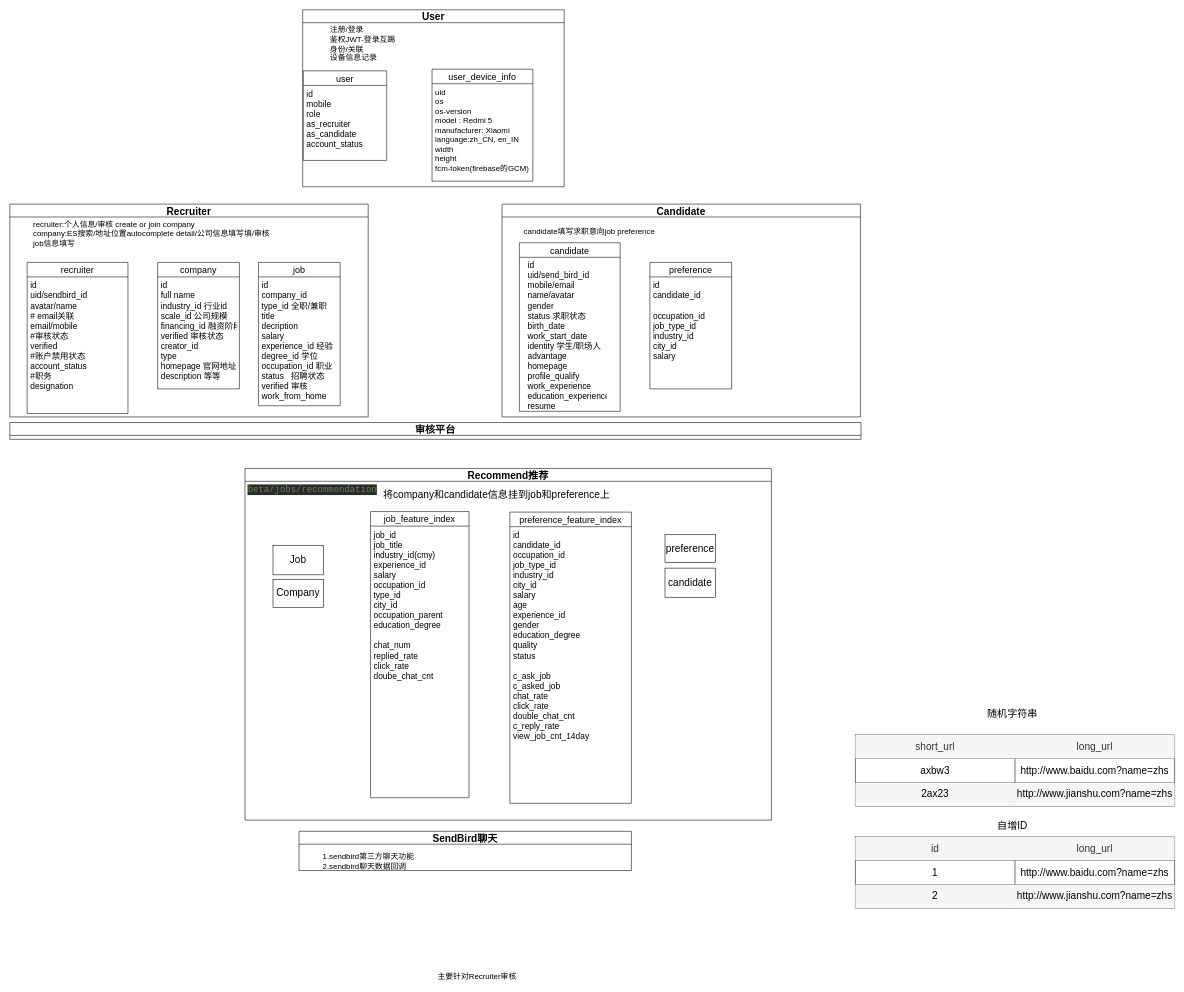
The draw.io diagram hirect业务架构.drawio in ZhaoDaMing/note, before the edit. Source tidied: cells renumbered, new cells numbered last; positions are measured from the earlier drawing's top-left corner, leaving out a move shared by most shapes. Both pictures are drawn from the tidied source at 56%, with x=0, y=0 at pixel (10, 10).
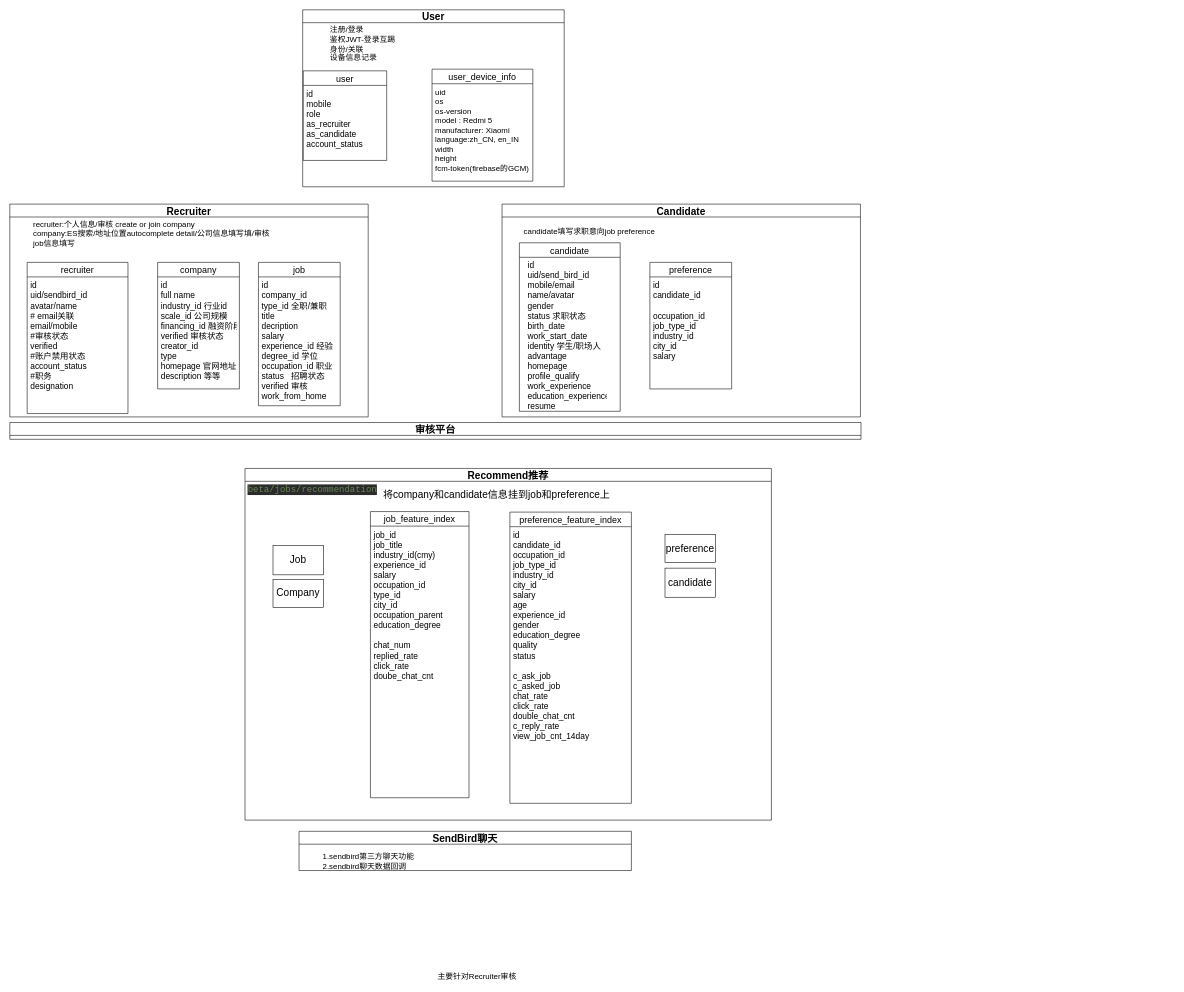
The same page after the edit.

Change to the diagram source:
```diff
@@
-    <mxCell id="37" style="shape=table;startSize=0;childLayout=tableLayout;fontSize=18;fillColor=#FFFFFF;" parent="1" vertex="1">
-      <mxGeometry x="1510" y="1295" width="570" height="127" as="geometry" />
-    </mxCell>
-    <mxCell id="38" style="shape=tableRow;horizontal=0;startSize=0;swimlaneHead=0;swimlaneBody=0;top=0;left=0;bottom=0;right=0;fillColor=none;fontSize=18;" parent="37" vertex="1">
-      <mxGeometry width="570" height="42" as="geometry" />
-    </mxCell>
-    <mxCell id="39" value="short_url" style="shape=partialRectangle;html=1;whiteSpace=wrap;overflow=hidden;fillColor=#f5f5f5;top=0;left=0;bottom=0;right=0;fontSize=18;fontColor=#333333;strokeColor=#666666;" parent="38" vertex="1">
-      <mxGeometry width="285" height="42" as="geometry" />
-    </mxCell>
-    <mxCell id="40" value="long_url" style="shape=partialRectangle;html=1;whiteSpace=wrap;overflow=hidden;fillColor=#f5f5f5;top=0;left=0;bottom=0;right=0;fontSize=18;fontColor=#333333;strokeColor=#666666;" parent="38" vertex="1">
-      <mxGeometry x="285" width="285" height="42" as="geometry" />
-    </mxCell>
-    <mxCell id="41" style="shape=tableRow;horizontal=0;startSize=0;swimlaneHead=0;swimlaneBody=0;top=0;left=0;bottom=0;right=0;fillColor=none;fontSize=18;" parent="37" vertex="1">
-      <mxGeometry y="42" width="570" height="43" as="geometry" />
-    </mxCell>
-    <mxCell id="42" value="axbw3" style="shape=partialRectangle;html=1;whiteSpace=wrap;overflow=hidden;fillColor=none;top=0;left=0;bottom=0;right=0;fontSize=18;" parent="41" vertex="1">
-      <mxGeometry width="285" height="43" as="geometry" />
-    </mxCell>
-    <mxCell id="43" value="http://www.baidu.com?name=zhs" style="shape=partialRectangle;html=1;whiteSpace=wrap;overflow=hidden;fillColor=none;top=0;left=0;bottom=0;right=0;fontSize=18;" parent="41" vertex="1">
-      <mxGeometry x="285" width="285" height="43" as="geometry" />
-    </mxCell>
-    <mxCell id="44" style="shape=tableRow;horizontal=0;startSize=0;swimlaneHead=0;swimlaneBody=0;top=0;left=0;bottom=0;right=0;fillColor=none;fontSize=18;" parent="37" vertex="1">
-      <mxGeometry y="85" width="570" height="42" as="geometry" />
-    </mxCell>
-    <mxCell id="45" value="&lt;span style=&quot;color: rgb(0 , 0 , 0)&quot;&gt;2ax23&lt;/span&gt;" style="shape=partialRectangle;html=1;whiteSpace=wrap;overflow=hidden;fillColor=#f5f5f5;top=0;left=0;bottom=0;right=0;fontSize=18;fontColor=#333333;strokeColor=#666666;" parent="44" vertex="1">
-      <mxGeometry width="285" height="42" as="geometry" />
-    </mxCell>
-    <mxCell id="46" value="&lt;span style=&quot;color: rgb(0 , 0 , 0)&quot;&gt;http://www.jianshu.com?name=zhs&lt;/span&gt;" style="shape=partialRectangle;html=1;whiteSpace=wrap;overflow=hidden;fillColor=#f5f5f5;top=0;left=0;bottom=0;right=0;fontSize=18;fontColor=#333333;strokeColor=#666666;" parent="44" vertex="1">
-      <mxGeometry x="285" width="285" height="42" as="geometry" />
-    </mxCell>
-    <mxCell id="47" style="shape=table;startSize=0;childLayout=tableLayout;fontSize=18;fillColor=#FFFFFF;" parent="1" vertex="1">
-      <mxGeometry x="1510" y="1477" width="570" height="127" as="geometry" />
-    </mxCell>
-    <mxCell id="48" style="shape=tableRow;horizontal=0;startSize=0;swimlaneHead=0;swimlaneBody=0;top=0;left=0;bottom=0;right=0;fillColor=none;fontSize=18;" parent="47" vertex="1">
-      <mxGeometry width="570" height="42" as="geometry" />
-    </mxCell>
-    <mxCell id="49" value="id" style="shape=partialRectangle;html=1;whiteSpace=wrap;overflow=hidden;fillColor=#f5f5f5;top=0;left=0;bottom=0;right=0;fontSize=18;fontColor=#333333;strokeColor=#666666;" parent="48" vertex="1">
-      <mxGeometry width="285" height="42" as="geometry" />
-    </mxCell>
-    <mxCell id="50" value="long_url" style="shape=partialRectangle;html=1;whiteSpace=wrap;overflow=hidden;fillColor=#f5f5f5;top=0;left=0;bottom=0;right=0;fontSize=18;fontColor=#333333;strokeColor=#666666;" parent="48" vertex="1">
-      <mxGeometry x="285" width="285" height="42" as="geometry" />
-    </mxCell>
-    <mxCell id="51" style="shape=tableRow;horizontal=0;startSize=0;swimlaneHead=0;swimlaneBody=0;top=0;left=0;bottom=0;right=0;fillColor=none;fontSize=18;" parent="47" vertex="1">
-      <mxGeometry y="42" width="570" height="43" as="geometry" />
-    </mxCell>
-    <mxCell id="52" value="1" style="shape=partialRectangle;html=1;whiteSpace=wrap;overflow=hidden;fillColor=none;top=0;left=0;bottom=0;right=0;fontSize=18;" parent="51" vertex="1">
-      <mxGeometry width="285" height="43" as="geometry" />
-    </mxCell>
-    <mxCell id="53" value="http://www.baidu.com?name=zhs" style="shape=partialRectangle;html=1;whiteSpace=wrap;overflow=hidden;fillColor=none;top=0;left=0;bottom=0;right=0;fontSize=18;" parent="51" vertex="1">
-      <mxGeometry x="285" width="285" height="43" as="geometry" />
-    </mxCell>
-    <mxCell id="54" style="shape=tableRow;horizontal=0;startSize=0;swimlaneHead=0;swimlaneBody=0;top=0;left=0;bottom=0;right=0;fillColor=none;fontSize=18;" parent="47" vertex="1">
-      <mxGeometry y="85" width="570" height="42" as="geometry" />
-    </mxCell>
-    <mxCell id="55" value="&lt;span style=&quot;color: rgb(0 , 0 , 0)&quot;&gt;2&lt;/span&gt;" style="shape=partialRectangle;html=1;whiteSpace=wrap;overflow=hidden;fillColor=#f5f5f5;top=0;left=0;bottom=0;right=0;fontSize=18;fontColor=#333333;strokeColor=#666666;" parent="54" vertex="1">
-      <mxGeometry width="285" height="42" as="geometry" />
-    </mxCell>
-    <mxCell id="56" value="&lt;span style=&quot;color: rgb(0 , 0 , 0)&quot;&gt;http://www.jianshu.com?name=zhs&lt;/span&gt;" style="shape=partialRectangle;html=1;whiteSpace=wrap;overflow=hidden;fillColor=#f5f5f5;top=0;left=0;bottom=0;right=0;fontSize=18;fontColor=#333333;strokeColor=#666666;" parent="54" vertex="1">
-      <mxGeometry x="285" width="285" height="42" as="geometry" />
-    </mxCell>
-    <mxCell id="57" value="随机字符串" style="text;html=1;align=center;verticalAlign=middle;strokeColor=none;fillColor=none;fontSize=18;" parent="1" vertex="1">
-      <mxGeometry x="1735" y="1242" width="110" height="30" as="geometry" />
-    </mxCell>
-    <mxCell id="58" value="自增ID" style="text;html=1;align=center;verticalAlign=middle;strokeColor=none;fillColor=none;fontSize=18;" parent="1" vertex="1">
-      <mxGeometry x="1755" y="1442" width="70" height="30" as="geometry" />
-    </mxCell>
```
